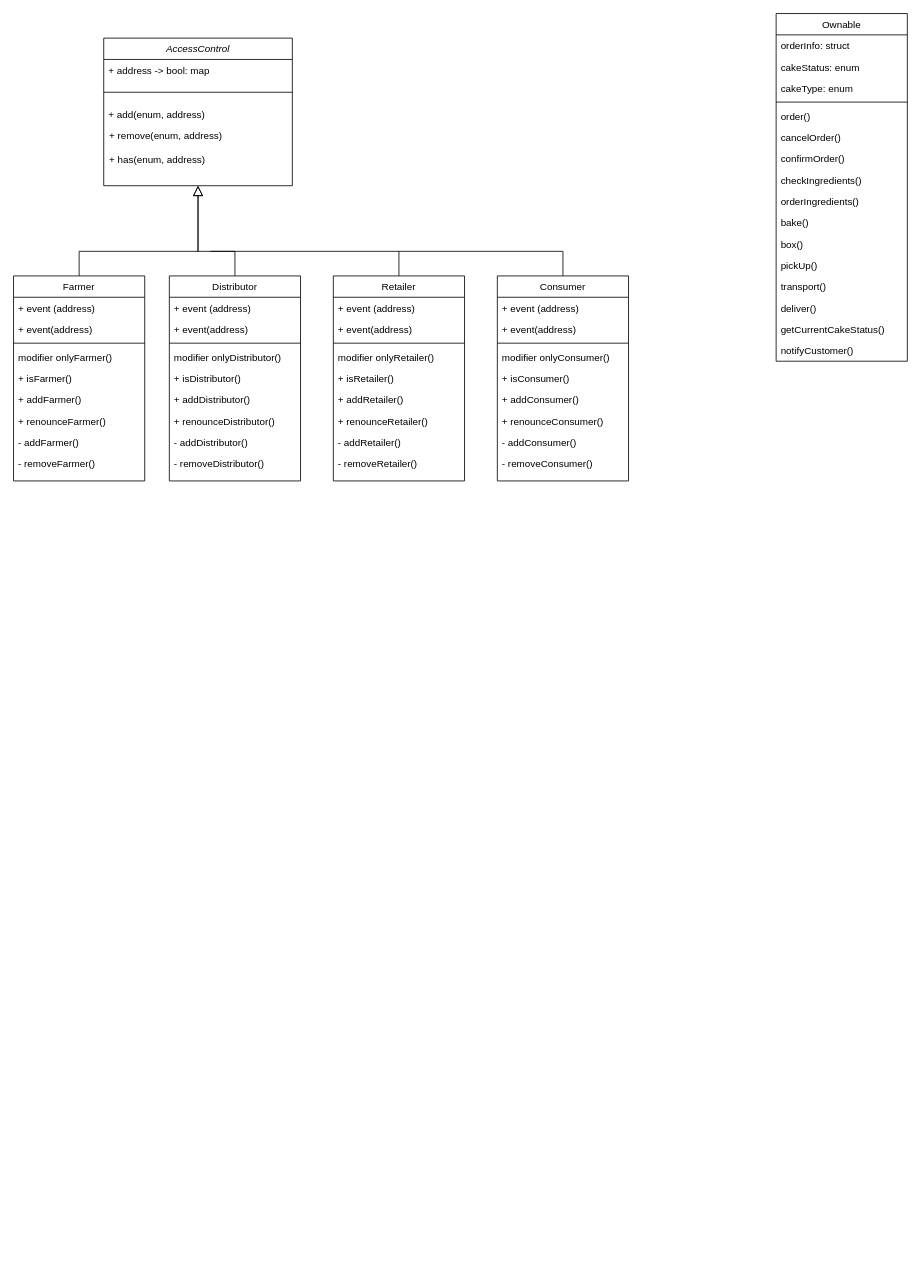
This is planning/Coffee Supply Class.drawio from ligipop/PlanningSolutions, a draw.io file, before an edit. Source tidied: cells renumbered, new cells numbered last; positions are measured from the earlier drawing's top-left corner, leaving out a move shared by most shapes. Both pictures are drawn from the tidied source at 82%, with x=0, y=0 at pixel (13, 13).
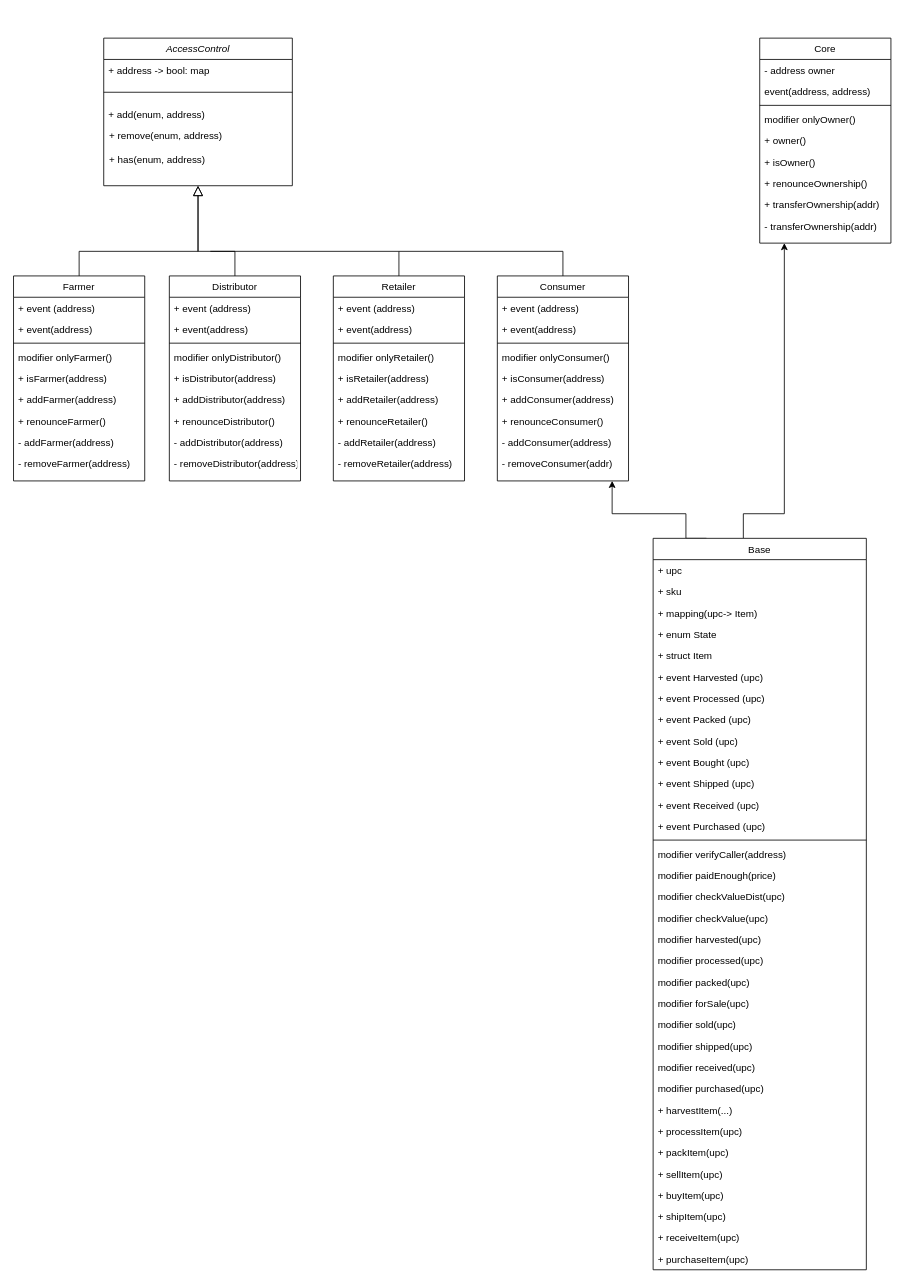
The same diagram, later.

Commit message:
Update Coffee Supply Class_3.drawio

The change refers to these unchanged cells:
```xml
<mxCell id="27" value="Farmer" style="swimlane;fontStyle=0;align=center;verticalAlign=top;horizontal=1;startSize=26;rounded=0;shadow=0;strokeWidth=1;" parent="1" vertex="1">
  <mxGeometry y="320" width="160" height="250" as="geometry" />
</mxCell>
<mxCell id="39" value="Distributor" style="swimlane;fontStyle=0;align=center;verticalAlign=top;horizontal=1;startSize=26;rounded=0;shadow=0;strokeWidth=1;" parent="1" vertex="1">
  <mxGeometry x="190" y="320" width="160" height="250" as="geometry" />
</mxCell>
<mxCell id="49" value="Retailer" style="swimlane;fontStyle=0;align=center;verticalAlign=top;horizontal=1;startSize=26;rounded=0;shadow=0;strokeWidth=1;" parent="1" vertex="1">
  <mxGeometry x="390" y="320" width="160" height="250" as="geometry" />
</mxCell>
<mxCell id="59" value="Consumer" style="swimlane;fontStyle=0;align=center;verticalAlign=top;horizontal=1;startSize=26;rounded=0;shadow=0;strokeWidth=1;" parent="1" vertex="1">
  <mxGeometry x="590" y="320" width="160" height="250" as="geometry" />
</mxCell>
```

The edit, as a diff of the source:
```diff
@@
-    <mxCell id="7" value="Ownable" style="swimlane;fontStyle=0;align=center;verticalAlign=top;horizontal=1;startSize=26;rounded=0;shadow=0;strokeWidth=1;" parent="1" vertex="1">
-      <mxGeometry x="930" width="160" height="424" as="geometry" />
+    <mxCell id="7" value="Core" style="swimlane;fontStyle=0;align=center;verticalAlign=top;horizontal=1;startSize=26;rounded=0;shadow=0;strokeWidth=1;" parent="1" vertex="1">
+      <mxGeometry x="910" y="30" width="160" height="250" as="geometry" />
     </mxCell>
-    <mxCell id="8" value="orderInfo: struct" style="text;align=left;verticalAlign=top;spacingLeft=4;spacingRight=4;overflow=hidden;" parent="7" vertex="1">
+    <mxCell id="8" value="- address owner" style="text;align=left;verticalAlign=top;spacingLeft=4;spacingRight=4;overflow=hidden;" parent="7" vertex="1">
       <mxGeometry y="26" width="160" height="26" as="geometry" />
     </mxCell>
-    <mxCell id="9" value="cakeStatus: enum" style="text;align=left;verticalAlign=top;spacingLeft=4;spacingRight=4;overflow=hidden;" parent="7" vertex="1">
+    <mxCell id="9" value="event(address, address)" style="text;align=left;verticalAlign=top;spacingLeft=4;spacingRight=4;overflow=hidden;" parent="7" vertex="1">
       <mxGeometry y="52" width="160" height="26" as="geometry" />
     </mxCell>
-    <mxCell id="10" value="cakeType: enum" style="text;align=left;verticalAlign=top;spacingLeft=4;spacingRight=4;overflow=hidden;" parent="7" vertex="1">
-      <mxGeometry y="78" width="160" height="26" as="geometry" />
-    </mxCell>
     <mxCell id="11" style="line;html=1;strokeWidth=1;align=left;verticalAlign=middle;spacingTop=-1;spacingLeft=3;spacingRight=3;labelPosition=right;" parent="7" vertex="1">
-      <mxGeometry y="104" width="160" height="8" as="geometry" />
+      <mxGeometry y="78" width="160" height="8" as="geometry" />
     </mxCell>
-    <mxCell id="12" value="order()" style="text;align=left;verticalAlign=top;spacingLeft=4;spacingRight=4;overflow=hidden;" parent="7" vertex="1">
-      <mxGeometry y="112" width="160" height="26" as="geometry" />
+    <mxCell id="12" value="modifier onlyOwner()" style="text;align=left;verticalAlign=top;spacingLeft=4;spacingRight=4;overflow=hidden;" parent="7" vertex="1">
+      <mxGeometry y="86" width="160" height="26" as="geometry" />
     </mxCell>
-    <mxCell id="13" value="cancelOrder()" style="text;align=left;verticalAlign=top;spacingLeft=4;spacingRight=4;overflow=hidden;" parent="7" vertex="1">
-      <mxGeometry y="138" width="160" height="26" as="geometry" />
+    <mxCell id="13" value="+ owner()" style="text;align=left;verticalAlign=top;spacingLeft=4;spacingRight=4;overflow=hidden;" parent="7" vertex="1">
+      <mxGeometry y="112" width="160" height="26" as="geometry" />
     </mxCell>
-    <mxCell id="14" value="confirmOrder()" style="text;align=left;verticalAlign=top;spacingLeft=4;spacingRight=4;overflow=hidden;" parent="7" vertex="1">
-      <mxGeometry y="164" width="160" height="26" as="geometry" />
+    <mxCell id="14" value="+ isOwner()" style="text;align=left;verticalAlign=top;spacingLeft=4;spacingRight=4;overflow=hidden;" parent="7" vertex="1">
+      <mxGeometry y="138" width="160" height="26" as="geometry" />
     </mxCell>
-    <mxCell id="15" value="checkIngredients()" style="text;align=left;verticalAlign=top;spacingLeft=4;spacingRight=4;overflow=hidden;" parent="7" vertex="1">
-      <mxGeometry y="190" width="160" height="26" as="geometry" />
+    <mxCell id="15" value="+ renounceOwnership()" style="text;align=left;verticalAlign=top;spacingLeft=4;spacingRight=4;overflow=hidden;" parent="7" vertex="1">
+      <mxGeometry y="164" width="160" height="26" as="geometry" />
     </mxCell>
-    <mxCell id="16" value="orderIngredients()" style="text;align=left;verticalAlign=top;spacingLeft=4;spacingRight=4;overflow=hidden;" parent="7" vertex="1">
-      <mxGeometry y="216" width="160" height="26" as="geometry" />
+    <mxCell id="16" value="+ transferOwnership(addr)" style="text;align=left;verticalAlign=top;spacingLeft=4;spacingRight=4;overflow=hidden;" parent="7" vertex="1">
+      <mxGeometry y="190" width="160" height="26" as="geometry" />
     </mxCell>
-    <mxCell id="17" value="bake()" style="text;align=left;verticalAlign=top;spacingLeft=4;spacingRight=4;overflow=hidden;" parent="7" vertex="1">
-      <mxGeometry y="242" width="160" height="26" as="geometry" />
+    <mxCell id="17" value="- transferOwnership(addr)" style="text;align=left;verticalAlign=top;spacingLeft=4;spacingRight=4;overflow=hidden;" parent="7" vertex="1">
+      <mxGeometry y="216" width="160" height="26" as="geometry" />
     </mxCell>
-    <mxCell id="18" value="box()" style="text;align=left;verticalAlign=top;spacingLeft=4;spacingRight=4;overflow=hidden;" parent="7" vertex="1">
-      <mxGeometry y="268" width="160" height="26" as="geometry" />
-    </mxCell>
-    <mxCell id="19" value="pickUp()" style="text;align=left;verticalAlign=top;spacingLeft=4;spacingRight=4;overflow=hidden;" parent="7" vertex="1">
-      <mxGeometry y="294" width="160" height="26" as="geometry" />
-    </mxCell>
-    <mxCell id="20" value="transport()" style="text;align=left;verticalAlign=top;spacingLeft=4;spacingRight=4;overflow=hidden;" parent="7" vertex="1">
-      <mxGeometry y="320" width="160" height="26" as="geometry" />
-    </mxCell>
-    <mxCell id="21" value="deliver()" style="text;align=left;verticalAlign=top;spacingLeft=4;spacingRight=4;overflow=hidden;" parent="7" vertex="1">
-      <mxGeometry y="346" width="160" height="26" as="geometry" />
-    </mxCell>
-    <mxCell id="22" value="getCurrentCakeStatus()" style="text;align=left;verticalAlign=top;spacingLeft=4;spacingRight=4;overflow=hidden;" parent="7" vertex="1">
-      <mxGeometry y="372" width="160" height="26" as="geometry" />
-    </mxCell>
-    <mxCell id="23" value="notifyCustomer()" style="text;align=left;verticalAlign=top;spacingLeft=4;spacingRight=4;overflow=hidden;" parent="7" vertex="1">
-      <mxGeometry y="398" width="160" height="26" as="geometry" />
-    </mxCell>
@@
-    <mxCell id="32" value="+ isFarmer()" style="text;align=left;verticalAlign=top;spacingLeft=4;spacingRight=4;overflow=hidden;" parent="27" vertex="1">
+    <mxCell id="32" value="+ isFarmer(address)" style="text;align=left;verticalAlign=top;spacingLeft=4;spacingRight=4;overflow=hidden;" parent="27" vertex="1">
       <mxGeometry y="112" width="160" height="26" as="geometry" />
     </mxCell>
-    <mxCell id="33" value="+ addFarmer()" style="text;align=left;verticalAlign=top;spacingLeft=4;spacingRight=4;overflow=hidden;" parent="27" vertex="1">
+    <mxCell id="33" value="+ addFarmer(address)" style="text;align=left;verticalAlign=top;spacingLeft=4;spacingRight=4;overflow=hidden;" parent="27" vertex="1">
       <mxGeometry y="138" width="160" height="26" as="geometry" />
     </mxCell>
@@
-    <mxCell id="35" value="- addFarmer()" style="text;align=left;verticalAlign=top;spacingLeft=4;spacingRight=4;overflow=hidden;" parent="27" vertex="1">
+    <mxCell id="35" value="- addFarmer(address)" style="text;align=left;verticalAlign=top;spacingLeft=4;spacingRight=4;overflow=hidden;" parent="27" vertex="1">
       <mxGeometry y="190" width="160" height="26" as="geometry" />
     </mxCell>
-    <mxCell id="36" value="- removeFarmer()" style="text;align=left;verticalAlign=top;spacingLeft=4;spacingRight=4;overflow=hidden;" parent="27" vertex="1">
+    <mxCell id="36" value="- removeFarmer(address)" style="text;align=left;verticalAlign=top;spacingLeft=4;spacingRight=4;overflow=hidden;" parent="27" vertex="1">
       <mxGeometry y="216" width="160" height="26" as="geometry" />
     </mxCell>
@@
-    <mxCell id="44" value="+ isDistributor()" style="text;align=left;verticalAlign=top;spacingLeft=4;spacingRight=4;overflow=hidden;" parent="39" vertex="1">
+    <mxCell id="44" value="+ isDistributor(address)" style="text;align=left;verticalAlign=top;spacingLeft=4;spacingRight=4;overflow=hidden;" parent="39" vertex="1">
       <mxGeometry y="112" width="160" height="26" as="geometry" />
     </mxCell>
-    <mxCell id="45" value="+ addDistributor()" style="text;align=left;verticalAlign=top;spacingLeft=4;spacingRight=4;overflow=hidden;" parent="39" vertex="1">
+    <mxCell id="45" value="+ addDistributor(address)" style="text;align=left;verticalAlign=top;spacingLeft=4;spacingRight=4;overflow=hidden;" parent="39" vertex="1">
       <mxGeometry y="138" width="160" height="26" as="geometry" />
     </mxCell>
@@
-    <mxCell id="47" value="- addDistributor()" style="text;align=left;verticalAlign=top;spacingLeft=4;spacingRight=4;overflow=hidden;" parent="39" vertex="1">
+    <mxCell id="47" value="- addDistributor(address)" style="text;align=left;verticalAlign=top;spacingLeft=4;spacingRight=4;overflow=hidden;" parent="39" vertex="1">
       <mxGeometry y="190" width="160" height="26" as="geometry" />
     </mxCell>
-    <mxCell id="48" value="- removeDistributor()" style="text;align=left;verticalAlign=top;spacingLeft=4;spacingRight=4;overflow=hidden;" parent="39" vertex="1">
+    <mxCell id="48" value="- removeDistributor(address)" style="text;align=left;verticalAlign=top;spacingLeft=4;spacingRight=4;overflow=hidden;" parent="39" vertex="1">
       <mxGeometry y="216" width="160" height="26" as="geometry" />
     </mxCell>
@@
-    <mxCell id="54" value="+ isRetailer()" style="text;align=left;verticalAlign=top;spacingLeft=4;spacingRight=4;overflow=hidden;" parent="49" vertex="1">
+    <mxCell id="54" value="+ isRetailer(address)" style="text;align=left;verticalAlign=top;spacingLeft=4;spacingRight=4;overflow=hidden;" parent="49" vertex="1">
       <mxGeometry y="112" width="160" height="26" as="geometry" />
     </mxCell>
-    <mxCell id="55" value="+ addRetailer()" style="text;align=left;verticalAlign=top;spacingLeft=4;spacingRight=4;overflow=hidden;" parent="49" vertex="1">
+    <mxCell id="55" value="+ addRetailer(address)" style="text;align=left;verticalAlign=top;spacingLeft=4;spacingRight=4;overflow=hidden;" parent="49" vertex="1">
       <mxGeometry y="138" width="160" height="26" as="geometry" />
     </mxCell>
@@
-    <mxCell id="57" value="- addRetailer()" style="text;align=left;verticalAlign=top;spacingLeft=4;spacingRight=4;overflow=hidden;" parent="49" vertex="1">
+    <mxCell id="57" value="- addRetailer(address)" style="text;align=left;verticalAlign=top;spacingLeft=4;spacingRight=4;overflow=hidden;" parent="49" vertex="1">
       <mxGeometry y="190" width="160" height="26" as="geometry" />
     </mxCell>
-    <mxCell id="58" value="- removeRetailer()" style="text;align=left;verticalAlign=top;spacingLeft=4;spacingRight=4;overflow=hidden;" parent="49" vertex="1">
+    <mxCell id="58" value="- removeRetailer(address)" style="text;align=left;verticalAlign=top;spacingLeft=4;spacingRight=4;overflow=hidden;" parent="49" vertex="1">
       <mxGeometry y="216" width="160" height="26" as="geometry" />
     </mxCell>
@@
-    <mxCell id="64" value="+ isConsumer()" style="text;align=left;verticalAlign=top;spacingLeft=4;spacingRight=4;overflow=hidden;" parent="59" vertex="1">
+    <mxCell id="64" value="+ isConsumer(address)" style="text;align=left;verticalAlign=top;spacingLeft=4;spacingRight=4;overflow=hidden;" parent="59" vertex="1">
       <mxGeometry y="112" width="160" height="26" as="geometry" />
     </mxCell>
-    <mxCell id="65" value="+ addConsumer()" style="text;align=left;verticalAlign=top;spacingLeft=4;spacingRight=4;overflow=hidden;" parent="59" vertex="1">
+    <mxCell id="65" value="+ addConsumer(address)" style="text;align=left;verticalAlign=top;spacingLeft=4;spacingRight=4;overflow=hidden;" parent="59" vertex="1">
       <mxGeometry y="138" width="160" height="26" as="geometry" />
     </mxCell>
@@
-    <mxCell id="67" value="- addConsumer()" style="text;align=left;verticalAlign=top;spacingLeft=4;spacingRight=4;overflow=hidden;" parent="59" vertex="1">
+    <mxCell id="67" value="- addConsumer(address)" style="text;align=left;verticalAlign=top;spacingLeft=4;spacingRight=4;overflow=hidden;" parent="59" vertex="1">
       <mxGeometry y="190" width="160" height="26" as="geometry" />
     </mxCell>
-    <mxCell id="68" value="- removeConsumer()" style="text;align=left;verticalAlign=top;spacingLeft=4;spacingRight=4;overflow=hidden;" parent="59" vertex="1">
+    <mxCell id="68" value="- removeConsumer(addr)" style="text;align=left;verticalAlign=top;spacingLeft=4;spacingRight=4;overflow=hidden;" parent="59" vertex="1">
       <mxGeometry y="216" width="160" height="26" as="geometry" />
     </mxCell>
+    <mxCell id="69" style="edgeStyle=orthogonalEdgeStyle;rounded=0;jettySize=auto;html=1;exitX=0.25;exitY=0;exitDx=0;exitDy=0;" parent="1" edge="1" source="71">
+      <mxGeometry relative="1" as="geometry">
+        <mxPoint x="730" y="570" as="targetPoint" />
+        <Array as="points">
+          <mxPoint x="820" y="610" />
+          <mxPoint x="730" y="610" />
+        </Array>
+      </mxGeometry>
+    </mxCell>
+    <mxCell id="70" style="edgeStyle=orthogonalEdgeStyle;rounded=0;jettySize=auto;html=1;" parent="1" edge="1" source="71">
+      <mxGeometry relative="1" as="geometry">
+        <mxPoint x="940" y="280" as="targetPoint" />
+        <Array as="points">
+          <mxPoint x="890" y="610" />
+          <mxPoint x="940" y="610" />
+        </Array>
+      </mxGeometry>
+    </mxCell>
+    <mxCell id="71" value="Base" style="swimlane;fontStyle=0;align=center;verticalAlign=top;horizontal=1;startSize=26;rounded=0;shadow=0;strokeWidth=1;" parent="1" vertex="1">
+      <mxGeometry x="780" y="640" width="260" height="892" as="geometry" />
+    </mxCell>
+    <mxCell id="72" value="+ upc" style="text;align=left;verticalAlign=top;spacingLeft=4;spacingRight=4;overflow=hidden;" parent="71" vertex="1">
+      <mxGeometry y="26" width="260" height="26" as="geometry" />
+    </mxCell>
+    <mxCell id="73" value="+ sku" style="text;align=left;verticalAlign=top;spacingLeft=4;spacingRight=4;overflow=hidden;rounded=0;shadow=0;html=0;" parent="71" vertex="1">
+      <mxGeometry y="52" width="260" height="26" as="geometry" />
+    </mxCell>
+    <mxCell id="74" value="+ mapping(upc-&gt; Item)" style="text;align=left;verticalAlign=top;spacingLeft=4;spacingRight=4;overflow=hidden;rounded=0;shadow=0;html=0;" parent="71" vertex="1">
+      <mxGeometry y="78" width="260" height="26" as="geometry" />
+    </mxCell>
+    <mxCell id="75" value="+ enum State" style="text;align=left;verticalAlign=top;spacingLeft=4;spacingRight=4;overflow=hidden;rounded=0;shadow=0;html=0;" parent="71" vertex="1">
+      <mxGeometry y="104" width="260" height="26" as="geometry" />
+    </mxCell>
+    <mxCell id="76" value="+ struct Item" style="text;align=left;verticalAlign=top;spacingLeft=4;spacingRight=4;overflow=hidden;rounded=0;shadow=0;html=0;" parent="71" vertex="1">
+      <mxGeometry y="130" width="260" height="26" as="geometry" />
+    </mxCell>
+    <mxCell id="77" value="+ event Harvested (upc)" style="text;align=left;verticalAlign=top;spacingLeft=4;spacingRight=4;overflow=hidden;rounded=0;shadow=0;html=0;" parent="71" vertex="1">
+      <mxGeometry y="156" width="260" height="26" as="geometry" />
+    </mxCell>
+    <mxCell id="78" value="+ event Processed (upc)" style="text;align=left;verticalAlign=top;spacingLeft=4;spacingRight=4;overflow=hidden;rounded=0;shadow=0;html=0;" parent="71" vertex="1">
+      <mxGeometry y="182" width="260" height="26" as="geometry" />
+    </mxCell>
+    <mxCell id="79" value="+ event Packed (upc)" style="text;align=left;verticalAlign=top;spacingLeft=4;spacingRight=4;overflow=hidden;rounded=0;shadow=0;html=0;" parent="71" vertex="1">
+      <mxGeometry y="208" width="260" height="26" as="geometry" />
+    </mxCell>
+    <mxCell id="80" value="+ event Sold (upc)" style="text;align=left;verticalAlign=top;spacingLeft=4;spacingRight=4;overflow=hidden;rounded=0;shadow=0;html=0;" parent="71" vertex="1">
+      <mxGeometry y="234" width="260" height="26" as="geometry" />
+    </mxCell>
+    <mxCell id="81" value="+ event Bought (upc)" style="text;align=left;verticalAlign=top;spacingLeft=4;spacingRight=4;overflow=hidden;rounded=0;shadow=0;html=0;" parent="71" vertex="1">
+      <mxGeometry y="260" width="260" height="26" as="geometry" />
+    </mxCell>
+    <mxCell id="82" value="+ event Shipped (upc)" style="text;align=left;verticalAlign=top;spacingLeft=4;spacingRight=4;overflow=hidden;rounded=0;shadow=0;html=0;" parent="71" vertex="1">
+      <mxGeometry y="286" width="260" height="26" as="geometry" />
+    </mxCell>
+    <mxCell id="83" value="+ event Received (upc)" style="text;align=left;verticalAlign=top;spacingLeft=4;spacingRight=4;overflow=hidden;rounded=0;shadow=0;html=0;" parent="71" vertex="1">
+      <mxGeometry y="312" width="260" height="26" as="geometry" />
+    </mxCell>
+    <mxCell id="84" value="+ event Purchased (upc)" style="text;align=left;verticalAlign=top;spacingLeft=4;spacingRight=4;overflow=hidden;rounded=0;shadow=0;html=0;" parent="71" vertex="1">
+      <mxGeometry y="338" width="260" height="26" as="geometry" />
+    </mxCell>
+    <mxCell id="85" style="line;html=1;strokeWidth=1;align=left;verticalAlign=middle;spacingTop=-1;spacingLeft=3;spacingRight=3;labelPosition=right;" parent="71" vertex="1">
+      <mxGeometry y="364" width="260" height="8" as="geometry" />
+    </mxCell>
+    <mxCell id="86" value="modifier verifyCaller(address)" style="text;align=left;verticalAlign=top;spacingLeft=4;spacingRight=4;overflow=hidden;" parent="71" vertex="1">
+      <mxGeometry y="372" width="260" height="26" as="geometry" />
+    </mxCell>
+    <mxCell id="87" value="modifier paidEnough(price)" style="text;align=left;verticalAlign=top;spacingLeft=4;spacingRight=4;overflow=hidden;" parent="71" vertex="1">
+      <mxGeometry y="398" width="260" height="26" as="geometry" />
+    </mxCell>
+    <mxCell id="88" value="modifier checkValueDist(upc)" style="text;align=left;verticalAlign=top;spacingLeft=4;spacingRight=4;overflow=hidden;" parent="71" vertex="1">
+      <mxGeometry y="424" width="260" height="26" as="geometry" />
+    </mxCell>
+    <mxCell id="89" value="modifier checkValue(upc)" style="text;align=left;verticalAlign=top;spacingLeft=4;spacingRight=4;overflow=hidden;" parent="71" vertex="1">
+      <mxGeometry y="450" width="260" height="26" as="geometry" />
+    </mxCell>
+    <mxCell id="90" value="modifier harvested(upc)" style="text;align=left;verticalAlign=top;spacingLeft=4;spacingRight=4;overflow=hidden;" parent="71" vertex="1">
+      <mxGeometry y="476" width="260" height="26" as="geometry" />
+    </mxCell>
+    <mxCell id="91" value="modifier processed(upc)" style="text;align=left;verticalAlign=top;spacingLeft=4;spacingRight=4;overflow=hidden;" parent="71" vertex="1">
+      <mxGeometry y="502" width="260" height="26" as="geometry" />
+    </mxCell>
+    <mxCell id="92" value="modifier packed(upc)" style="text;align=left;verticalAlign=top;spacingLeft=4;spacingRight=4;overflow=hidden;" parent="71" vertex="1">
+      <mxGeometry y="528" width="260" height="26" as="geometry" />
+    </mxCell>
+    <mxCell id="93" value="modifier forSale(upc)" style="text;align=left;verticalAlign=top;spacingLeft=4;spacingRight=4;overflow=hidden;" parent="71" vertex="1">
+      <mxGeometry y="554" width="260" height="26" as="geometry" />
+    </mxCell>
+    <mxCell id="94" value="modifier sold(upc)" style="text;align=left;verticalAlign=top;spacingLeft=4;spacingRight=4;overflow=hidden;" parent="71" vertex="1">
+      <mxGeometry y="580" width="260" height="26" as="geometry" />
+    </mxCell>
+    <mxCell id="95" value="modifier shipped(upc)" style="text;align=left;verticalAlign=top;spacingLeft=4;spacingRight=4;overflow=hidden;" parent="71" vertex="1">
+      <mxGeometry y="606" width="260" height="26" as="geometry" />
+    </mxCell>
+    <mxCell id="96" value="modifier received(upc)" style="text;align=left;verticalAlign=top;spacingLeft=4;spacingRight=4;overflow=hidden;" parent="71" vertex="1">
+      <mxGeometry y="632" width="260" height="26" as="geometry" />
+    </mxCell>
+    <mxCell id="97" value="modifier purchased(upc)" style="text;align=left;verticalAlign=top;spacingLeft=4;spacingRight=4;overflow=hidden;" parent="71" vertex="1">
+      <mxGeometry y="658" width="260" height="26" as="geometry" />
+    </mxCell>
+    <mxCell id="98" value="+ harvestItem(...)" style="text;align=left;verticalAlign=top;spacingLeft=4;spacingRight=4;overflow=hidden;" parent="71" vertex="1">
+      <mxGeometry y="684" width="260" height="26" as="geometry" />
+    </mxCell>
+    <mxCell id="99" value="+ processItem(upc)" style="text;align=left;verticalAlign=top;spacingLeft=4;spacingRight=4;overflow=hidden;" parent="71" vertex="1">
+      <mxGeometry y="710" width="260" height="26" as="geometry" />
+    </mxCell>
+    <mxCell id="100" value="+ packItem(upc)" style="text;align=left;verticalAlign=top;spacingLeft=4;spacingRight=4;overflow=hidden;" parent="71" vertex="1">
+      <mxGeometry y="736" width="260" height="26" as="geometry" />
+    </mxCell>
+    <mxCell id="101" value="+ sellItem(upc)" style="text;align=left;verticalAlign=top;spacingLeft=4;spacingRight=4;overflow=hidden;" parent="71" vertex="1">
+      <mxGeometry y="762" width="260" height="26" as="geometry" />
+    </mxCell>
+    <mxCell id="102" value="+ buyItem(upc)" style="text;align=left;verticalAlign=top;spacingLeft=4;spacingRight=4;overflow=hidden;" parent="71" vertex="1">
+      <mxGeometry y="788" width="260" height="26" as="geometry" />
+    </mxCell>
+    <mxCell id="103" value="+ shipItem(upc)" style="text;align=left;verticalAlign=top;spacingLeft=4;spacingRight=4;overflow=hidden;" parent="71" vertex="1">
+      <mxGeometry y="814" width="260" height="26" as="geometry" />
+    </mxCell>
+    <mxCell id="104" value="+ receiveItem(upc)" style="text;align=left;verticalAlign=top;spacingLeft=4;spacingRight=4;overflow=hidden;" parent="71" vertex="1">
+      <mxGeometry y="840" width="260" height="26" as="geometry" />
+    </mxCell>
+    <mxCell id="105" value="+ purchaseItem(upc)" style="text;align=left;verticalAlign=top;spacingLeft=4;spacingRight=4;overflow=hidden;" parent="71" vertex="1">
+      <mxGeometry y="866" width="260" height="26" as="geometry" />
+    </mxCell>
```
